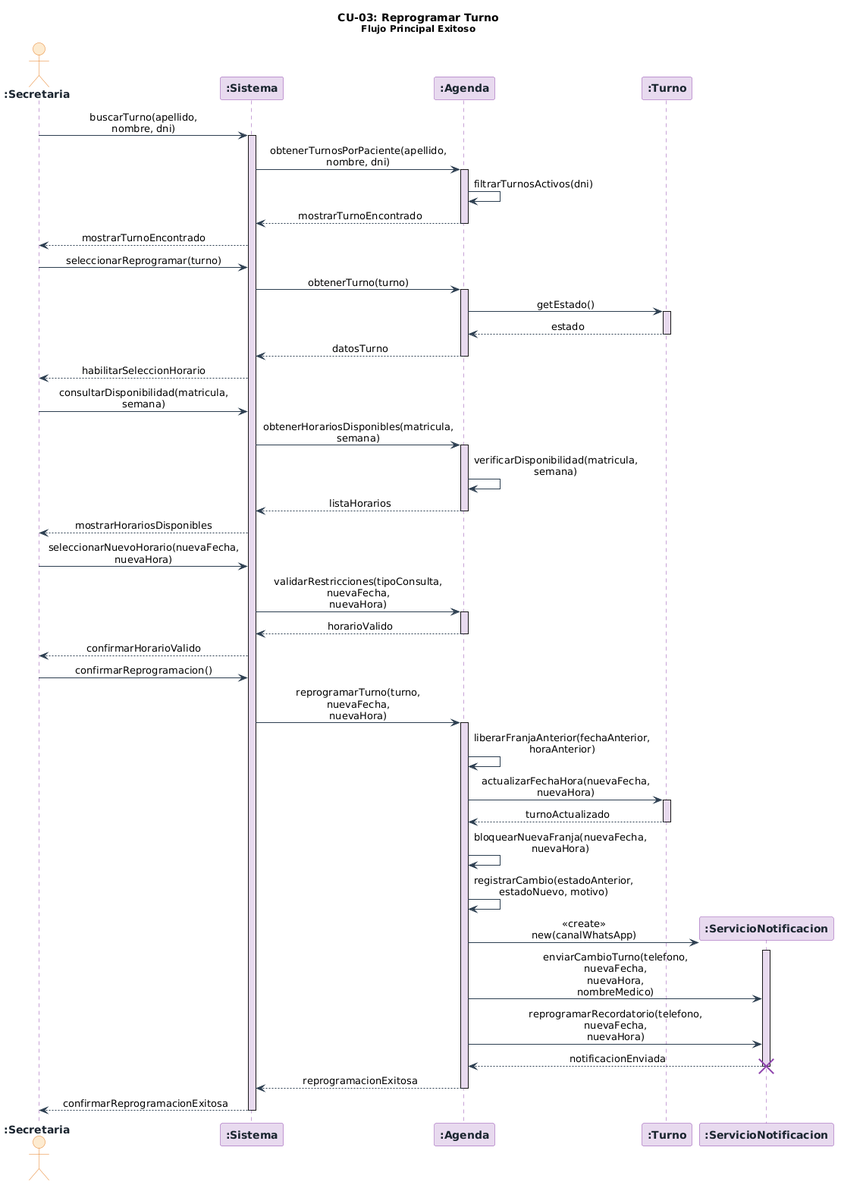
Above: diagramas/05-diagramas-secuencia/05-secuencia-cu-reprogramar-turno-reprogramar-turno-flujo-principal-03.png in angelgc9107-lgtm/SistemaTurnosMedicos_GP6 (PlantUML), before the change. Its diagram source:
```plantuml
@startuml
skinparam sequenceMessageAlign center
skinparam responseMessageBelowArrow true
skinparam maxMessageSize 160
skinparam sequence {
    ArrowColor          #2C3E50
    LifeLineBorderColor #8E44AD
    LifeLineBackgroundColor #E8DAEF
    BoxBackgroundColor  #FDFEFE
    BoxBorderColor      #2C3E50
}
skinparam participant {
    BackgroundColor #E8DAEF
    BorderColor     #8E44AD
    FontColor       #1A252F
    FontStyle       bold
}
skinparam actor {
    BackgroundColor #FDEBD0
    BorderColor     #E67E22
    FontColor       #1A252F
    FontStyle       bold
}

title **CU-03: Reprogramar Turno**\n<size:12>Flujo Principal Exitoso</size>

actor       ":Secretaria"               as secretaria
participant ":Sistema"                  as sistema
participant ":Agenda"                   as agenda
participant ":Turno"                    as turno
participant ":ServicioNotificacion"     as svcNotificacion

secretaria  ->  sistema             : buscarTurno(apellido, nombre, dni)
activate sistema
sistema     ->  agenda              : obtenerTurnosPorPaciente(apellido, nombre, dni)
activate agenda
agenda      ->  agenda              : filtrarTurnosActivos(dni)
agenda      -->  sistema            : mostrarTurnoEncontrado
deactivate agenda
sistema     -->  secretaria         : mostrarTurnoEncontrado

secretaria  ->  sistema             : seleccionarReprogramar(turno)
sistema     ->  agenda              : obtenerTurno(turno)
activate agenda
agenda      ->  turno               : getEstado()
activate turno
turno       -->  agenda             : estado
deactivate turno
agenda      -->  sistema            : datosTurno
deactivate agenda
sistema     -->  secretaria         : habilitarSeleccionHorario

secretaria  ->  sistema             : consultarDisponibilidad(matricula, semana)
sistema     ->  agenda              : obtenerHorariosDisponibles(matricula, semana)
activate agenda
agenda      ->  agenda              : verificarDisponibilidad(matricula, semana)
agenda      -->  sistema            : listaHorarios
deactivate agenda
sistema     -->  secretaria         : mostrarHorariosDisponibles

secretaria  ->  sistema             : seleccionarNuevoHorario(nuevaFecha, nuevaHora)
sistema     ->  agenda              : validarRestricciones(tipoConsulta, nuevaFecha, nuevaHora)
activate agenda
agenda      -->  sistema            : horarioValido
deactivate agenda
sistema     -->  secretaria         : confirmarHorarioValido

secretaria  ->  sistema             : confirmarReprogramacion()
sistema     ->  agenda              : reprogramarTurno(turno, nuevaFecha, nuevaHora)
activate agenda

agenda      ->  agenda              : liberarFranjaAnterior(fechaAnterior, horaAnterior)

agenda      ->  turno               : actualizarFechaHora(nuevaFecha, nuevaHora)
activate turno
turno       -->  agenda             : turnoActualizado
deactivate turno
agenda      ->  agenda              : bloquearNuevaFranja(nuevaFecha, nuevaHora)

agenda      ->  agenda              : registrarCambio(estadoAnterior,\nestadoNuevo, motivo)

create svcNotificacion
agenda      ->  svcNotificacion     : <<create>>\nnew(canalWhatsApp)
activate svcNotificacion
agenda      ->  svcNotificacion     : enviarCambioTurno(telefono, nuevaFecha,\nnuevaHora, nombreMedico)
agenda      ->  svcNotificacion     : reprogramarRecordatorio(telefono,\nnuevaFecha, nuevaHora)
svcNotificacion -->  agenda         : notificacionEnviada
destroy svcNotificacion
deactivate svcNotificacion

agenda      -->  sistema            : reprogramacionExitosa
deactivate agenda

sistema     -->  secretaria         : confirmarReprogramacionExitosa
deactivate sistema
@enduml
```
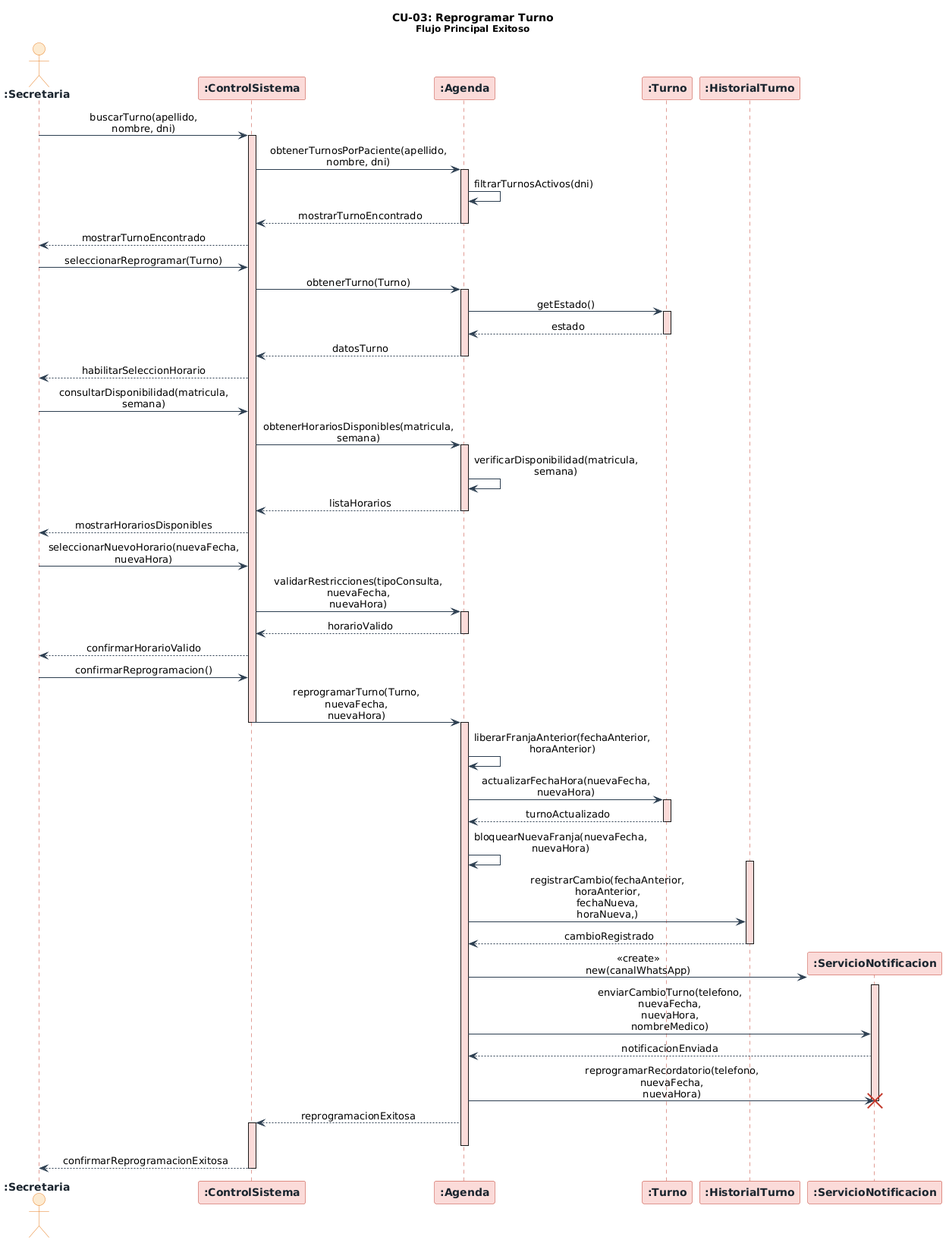
Above is the later version.

Diff of the diagram source:
```diff
@@ -4,14 +4,14 @@
 skinparam maxMessageSize 160
 skinparam sequence {
     ArrowColor          #2C3E50
-    LifeLineBorderColor #8E44AD
-    LifeLineBackgroundColor #E8DAEF
+    LifeLineBorderColor #C0392B
+    LifeLineBackgroundColor #FADBD8
     BoxBackgroundColor  #FDFEFE
     BoxBorderColor      #2C3E50
 }
 skinparam participant {
-    BackgroundColor #E8DAEF
-    BorderColor     #8E44AD
+    BackgroundColor #FADBD8
+    BorderColor     #C0392B
     FontColor       #1A252F
     FontStyle       bold
 }
@@ -25,72 +25,89 @@
 title **CU-03: Reprogramar Turno**\n<size:12>Flujo Principal Exitoso</size>
 
 actor       ":Secretaria"               as secretaria
-participant ":Sistema"                  as sistema
+participant ":ControlSistema"           as control
 participant ":Agenda"                   as agenda
 participant ":Turno"                    as turno
+participant ":HistorialTurno"           as historialTurno
 participant ":ServicioNotificacion"     as svcNotificacion
 
-secretaria  ->  sistema             : buscarTurno(apellido, nombre, dni)
-activate sistema
-sistema     ->  agenda              : obtenerTurnosPorPaciente(apellido, nombre, dni)
+secretaria  ->  control : buscarTurno(apellido, nombre, dni)
+activate control
+
+control     ->  agenda : obtenerTurnosPorPaciente(apellido, nombre, dni)
 activate agenda
-agenda      ->  agenda              : filtrarTurnosActivos(dni)
-agenda      -->  sistema            : mostrarTurnoEncontrado
+agenda      ->  agenda : filtrarTurnosActivos(dni)
+agenda      --> control : mostrarTurnoEncontrado
 deactivate agenda
-sistema     -->  secretaria         : mostrarTurnoEncontrado
 
-secretaria  ->  sistema             : seleccionarReprogramar(turno)
-sistema     ->  agenda              : obtenerTurno(turno)
+control     --> secretaria : mostrarTurnoEncontrado
+
+secretaria  ->  control : seleccionarReprogramar(Turno)
+
+control     ->  agenda : obtenerTurno(Turno)
 activate agenda
-agenda      ->  turno               : getEstado()
+agenda      ->  turno : getEstado()
 activate turno
-turno       -->  agenda             : estado
+turno       --> agenda : estado
 deactivate turno
-agenda      -->  sistema            : datosTurno
+agenda      --> control : datosTurno
 deactivate agenda
-sistema     -->  secretaria         : habilitarSeleccionHorario
 
-secretaria  ->  sistema             : consultarDisponibilidad(matricula, semana)
-sistema     ->  agenda              : obtenerHorariosDisponibles(matricula, semana)
+control     --> secretaria : habilitarSeleccionHorario
+
+secretaria  ->  control : consultarDisponibilidad(matricula, semana)
+
+control     ->  agenda : obtenerHorariosDisponibles(matricula, semana)
 activate agenda
-agenda      ->  agenda              : verificarDisponibilidad(matricula, semana)
-agenda      -->  sistema            : listaHorarios
+agenda      ->  agenda : verificarDisponibilidad(matricula, semana)
+agenda      --> control : listaHorarios
 deactivate agenda
-sistema     -->  secretaria         : mostrarHorariosDisponibles
 
-secretaria  ->  sistema             : seleccionarNuevoHorario(nuevaFecha, nuevaHora)
-sistema     ->  agenda              : validarRestricciones(tipoConsulta, nuevaFecha, nuevaHora)
+control     --> secretaria : mostrarHorariosDisponibles
+
+secretaria  ->  control : seleccionarNuevoHorario(nuevaFecha, nuevaHora)
+
+control     ->  agenda : validarRestricciones(tipoConsulta, nuevaFecha, nuevaHora)
 activate agenda
-agenda      -->  sistema            : horarioValido
+agenda      --> control : horarioValido
 deactivate agenda
-sistema     -->  secretaria         : confirmarHorarioValido
 
-secretaria  ->  sistema             : confirmarReprogramacion()
-sistema     ->  agenda              : reprogramarTurno(turno, nuevaFecha, nuevaHora)
+control     --> secretaria : confirmarHorarioValido
+
+secretaria  ->  control : confirmarReprogramacion()
+
+control     ->  agenda : reprogramarTurno(Turno, nuevaFecha, nuevaHora)
+deactivate control
 activate agenda
 
-agenda      ->  agenda              : liberarFranjaAnterior(fechaAnterior, horaAnterior)
+agenda      ->  agenda : liberarFranjaAnterior(fechaAnterior, horaAnterior)
 
-agenda      ->  turno               : actualizarFechaHora(nuevaFecha, nuevaHora)
+agenda      ->  turno : actualizarFechaHora(nuevaFecha, nuevaHora)
 activate turno
-turno       -->  agenda             : turnoActualizado
+turno       --> agenda : turnoActualizado
 deactivate turno
-agenda      ->  agenda              : bloquearNuevaFranja(nuevaFecha, nuevaHora)
 
-agenda      ->  agenda              : registrarCambio(estadoAnterior,\nestadoNuevo, motivo)
+agenda      ->  agenda : bloquearNuevaFranja(nuevaFecha, nuevaHora)
+
+
+
+activate historialTurno
+agenda      ->  historialTurno : registrarCambio(fechaAnterior, horaAnterior, fechaNueva, horaNueva,)
+historialTurno --> agenda : cambioRegistrado
+deactivate historialTurno
 
 create svcNotificacion
-agenda      ->  svcNotificacion     : <<create>>\nnew(canalWhatsApp)
+agenda      ->  svcNotificacion : <<create>>\nnew(canalWhatsApp)
 activate svcNotificacion
-agenda      ->  svcNotificacion     : enviarCambioTurno(telefono, nuevaFecha,\nnuevaHora, nombreMedico)
-agenda      ->  svcNotificacion     : reprogramarRecordatorio(telefono,\nnuevaFecha, nuevaHora)
-svcNotificacion -->  agenda         : notificacionEnviada
+agenda      ->  svcNotificacion : enviarCambioTurno(telefono, nuevaFecha,\nnuevaHora, nombreMedico)
+svcNotificacion --> agenda : notificacionEnviada
+agenda      ->  svcNotificacion : reprogramarRecordatorio(telefono,\nnuevaFecha, nuevaHora)
+deactivate svcNotificacion
 destroy svcNotificacion
-deactivate svcNotificacion
-
-agenda      -->  sistema            : reprogramacionExitosa
+agenda      --> control : reprogramacionExitosa
+activate control
 deactivate agenda
 
-sistema     -->  secretaria         : confirmarReprogramacionExitosa
-deactivate sistema
+control     --> secretaria : confirmarReprogramacionExitosa
+deactivate control
 @enduml
```
